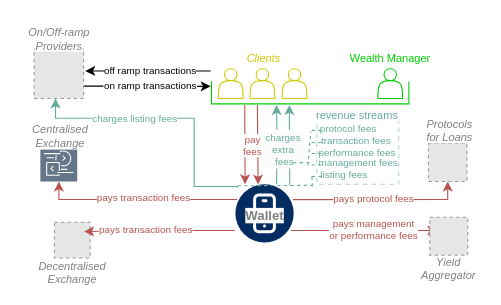
Above: page "revenue" (3 of 13) of drawio-diagrams/wallet_architecture.drawio in dlt-science/crypto-mpc-wallet-bloom (draw.io), before the change. Source tidied: cells renumbered, new cells numbered last; positions are measured from the earlier drawing's top-left corner, leaving out a move shared by most shapes. Both pictures are drawn from the tidied source at 110%, with x=0, y=0 at pixel (19, -7). Pictures stored in the file or linked from it are replaced by grey dashed boxes.
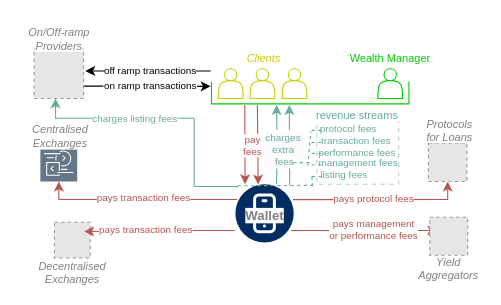
The same page after the edit.

What changed in the source:
```diff
@@
-    <mxCell id="13" value="&lt;i style=&quot;&quot;&gt;&lt;font color=&quot;#808080&quot;&gt;Yield&lt;/font&gt;&lt;/i&gt;&lt;div style=&quot;font-size: 10px;&quot;&gt;&lt;i style=&quot;&quot;&gt;&lt;font color=&quot;#808080&quot;&gt;Aggregator&lt;/font&gt;&lt;/i&gt;&lt;/div&gt;" style="fillColor=#E6E6E6;strokeColor=#999999;dashed=1;html=1;verticalAlign=top;verticalLabelPosition=bottom;labelBackgroundColor=#ffffff;spacingTop=-6;fontSize=10;" parent="1" vertex="1">
+    <mxCell id="13" value="&lt;i style=&quot;&quot;&gt;&lt;font color=&quot;#808080&quot;&gt;Yield&lt;/font&gt;&lt;/i&gt;&lt;div style=&quot;font-size: 10px;&quot;&gt;&lt;i style=&quot;&quot;&gt;&lt;font color=&quot;#808080&quot;&gt;Aggregators&lt;/font&gt;&lt;/i&gt;&lt;/div&gt;" style="fillColor=#E6E6E6;strokeColor=#999999;dashed=1;html=1;verticalAlign=top;verticalLabelPosition=bottom;labelBackgroundColor=#ffffff;spacingTop=-6;fontSize=10;" parent="1" vertex="1">
       <mxGeometry x="373.2" y="203" width="34.5" height="34.5" as="geometry" />
     </mxCell>
@@
-    <mxCell id="18" value="&lt;i style=&quot;&quot;&gt;&lt;font color=&quot;#808080&quot;&gt;Decentralised&lt;/font&gt;&lt;/i&gt;&lt;div style=&quot;font-size: 10px;&quot;&gt;&lt;i style=&quot;&quot;&gt;&lt;font color=&quot;#808080&quot;&gt;Exchange&lt;/font&gt;&lt;/i&gt;&lt;/div&gt;" style="fillColor=#E6E6E6;strokeColor=#999999;dashed=1;html=1;verticalAlign=top;verticalLabelPosition=bottom;labelBackgroundColor=#ffffff;spacingTop=-5;fontSize=10;" parent="1" vertex="1">
+    <mxCell id="18" value="&lt;i style=&quot;&quot;&gt;&lt;font color=&quot;#808080&quot;&gt;Decentralised&lt;/font&gt;&lt;/i&gt;&lt;div style=&quot;font-size: 10px;&quot;&gt;&lt;i style=&quot;&quot;&gt;&lt;font color=&quot;#808080&quot;&gt;Exchanges&lt;/font&gt;&lt;/i&gt;&lt;/div&gt;" style="fillColor=#E6E6E6;strokeColor=#999999;dashed=1;html=1;verticalAlign=top;verticalLabelPosition=bottom;labelBackgroundColor=#ffffff;spacingTop=-5;fontSize=10;" parent="1" vertex="1">
       <mxGeometry x="32" y="207.5" width="32.5" height="32.5" as="geometry" />
     </mxCell>
@@
-    <mxCell id="25" value="&lt;span style=&quot;background-color: rgb(255, 255, 255); font-size: 10px;&quot;&gt;&lt;font color=&quot;#808080&quot; style=&quot;font-size: 10px;&quot;&gt;&lt;i style=&quot;&quot;&gt;Centralised&lt;/i&gt;&lt;/font&gt;&lt;/span&gt;&lt;div style=&quot;font-size: 10px;&quot;&gt;&lt;span style=&quot;background-color: rgb(255, 255, 255);&quot;&gt;&lt;font color=&quot;#808080&quot; style=&quot;font-size: 10px;&quot;&gt;&lt;i style=&quot;&quot;&gt;Exchange&lt;/i&gt;&lt;/font&gt;&lt;/span&gt;&lt;/div&gt;" style="text;html=1;align=center;verticalAlign=middle;strokeColor=none;fillColor=none;" parent="1" vertex="1">
+    <mxCell id="25" value="&lt;span style=&quot;background-color: rgb(255, 255, 255); font-size: 10px;&quot;&gt;&lt;font color=&quot;#808080&quot; style=&quot;font-size: 10px;&quot;&gt;&lt;i style=&quot;&quot;&gt;Centralised&lt;/i&gt;&lt;/font&gt;&lt;/span&gt;&lt;div style=&quot;font-size: 10px;&quot;&gt;&lt;span style=&quot;background-color: rgb(255, 255, 255);&quot;&gt;&lt;font color=&quot;#808080&quot; style=&quot;font-size: 10px;&quot;&gt;&lt;i style=&quot;&quot;&gt;Exchanges&lt;/i&gt;&lt;/font&gt;&lt;/span&gt;&lt;/div&gt;" style="text;html=1;align=center;verticalAlign=middle;strokeColor=none;fillColor=none;" parent="1" vertex="1">
       <mxGeometry x="2" y="110" width="69" height="38" as="geometry" />
     </mxCell>
```
